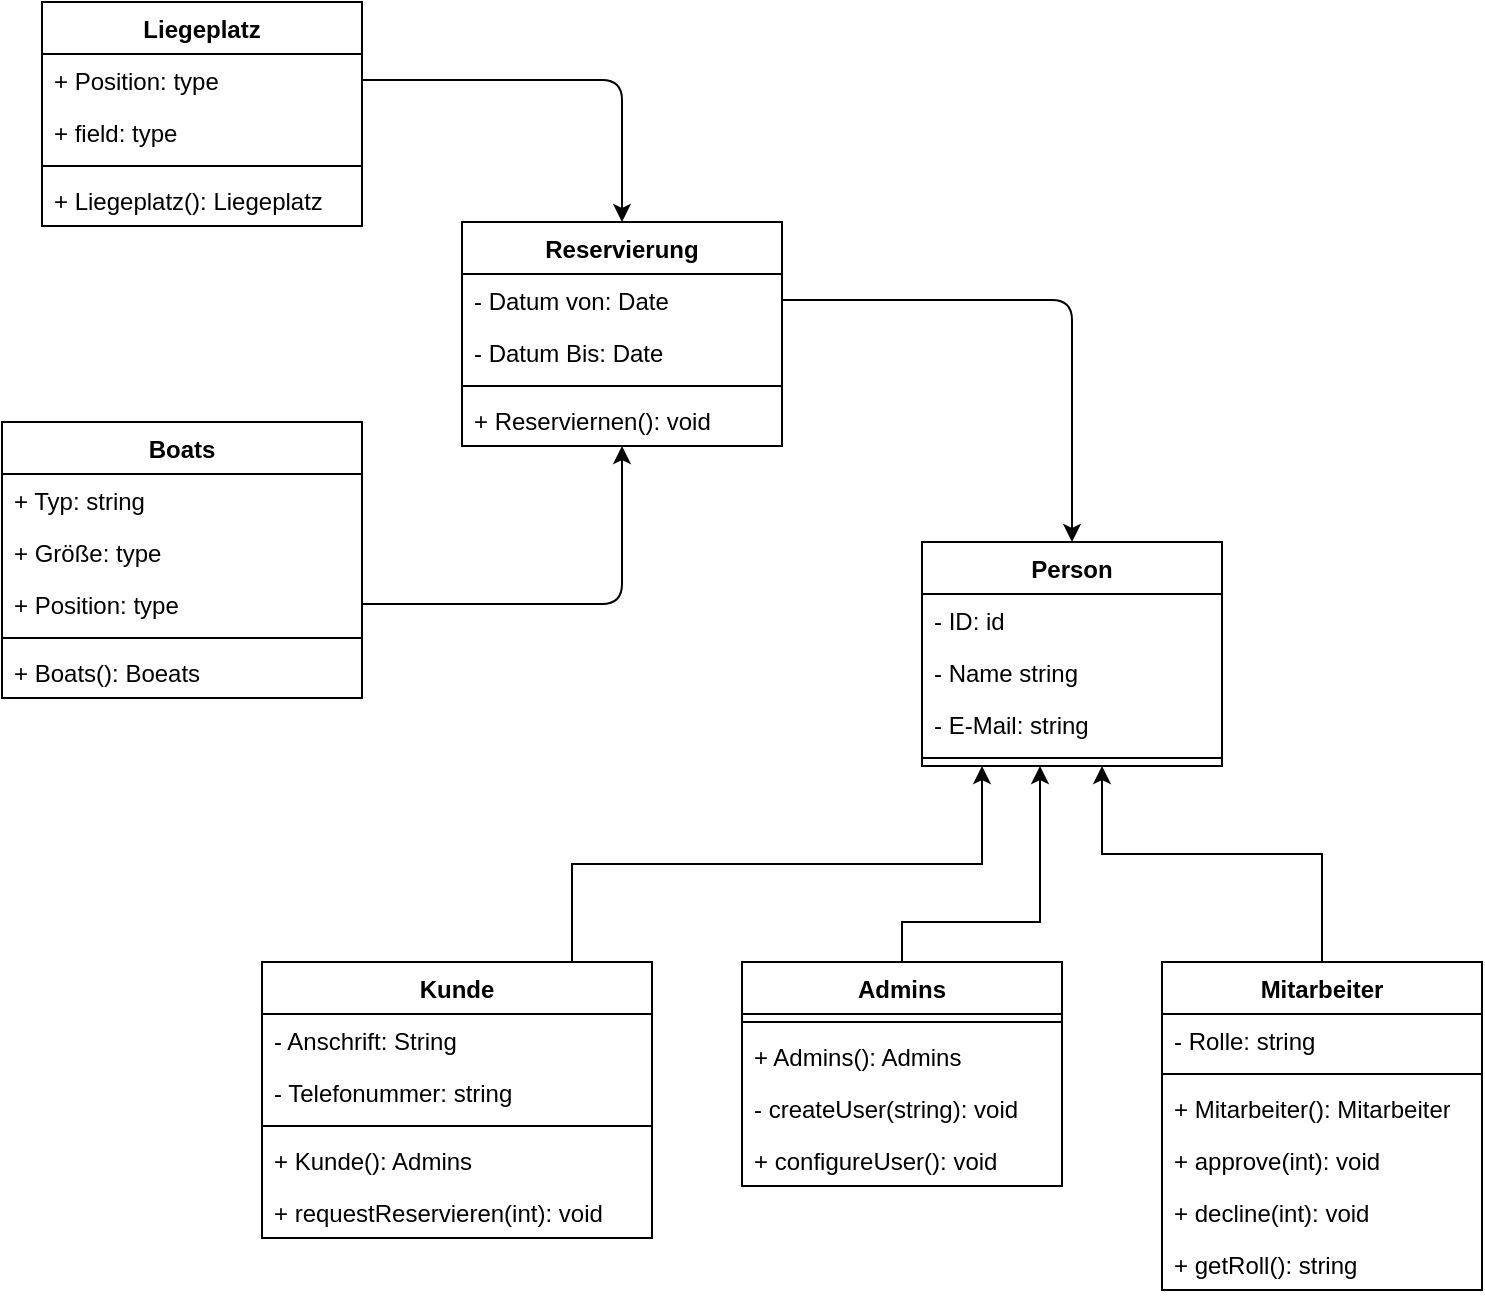
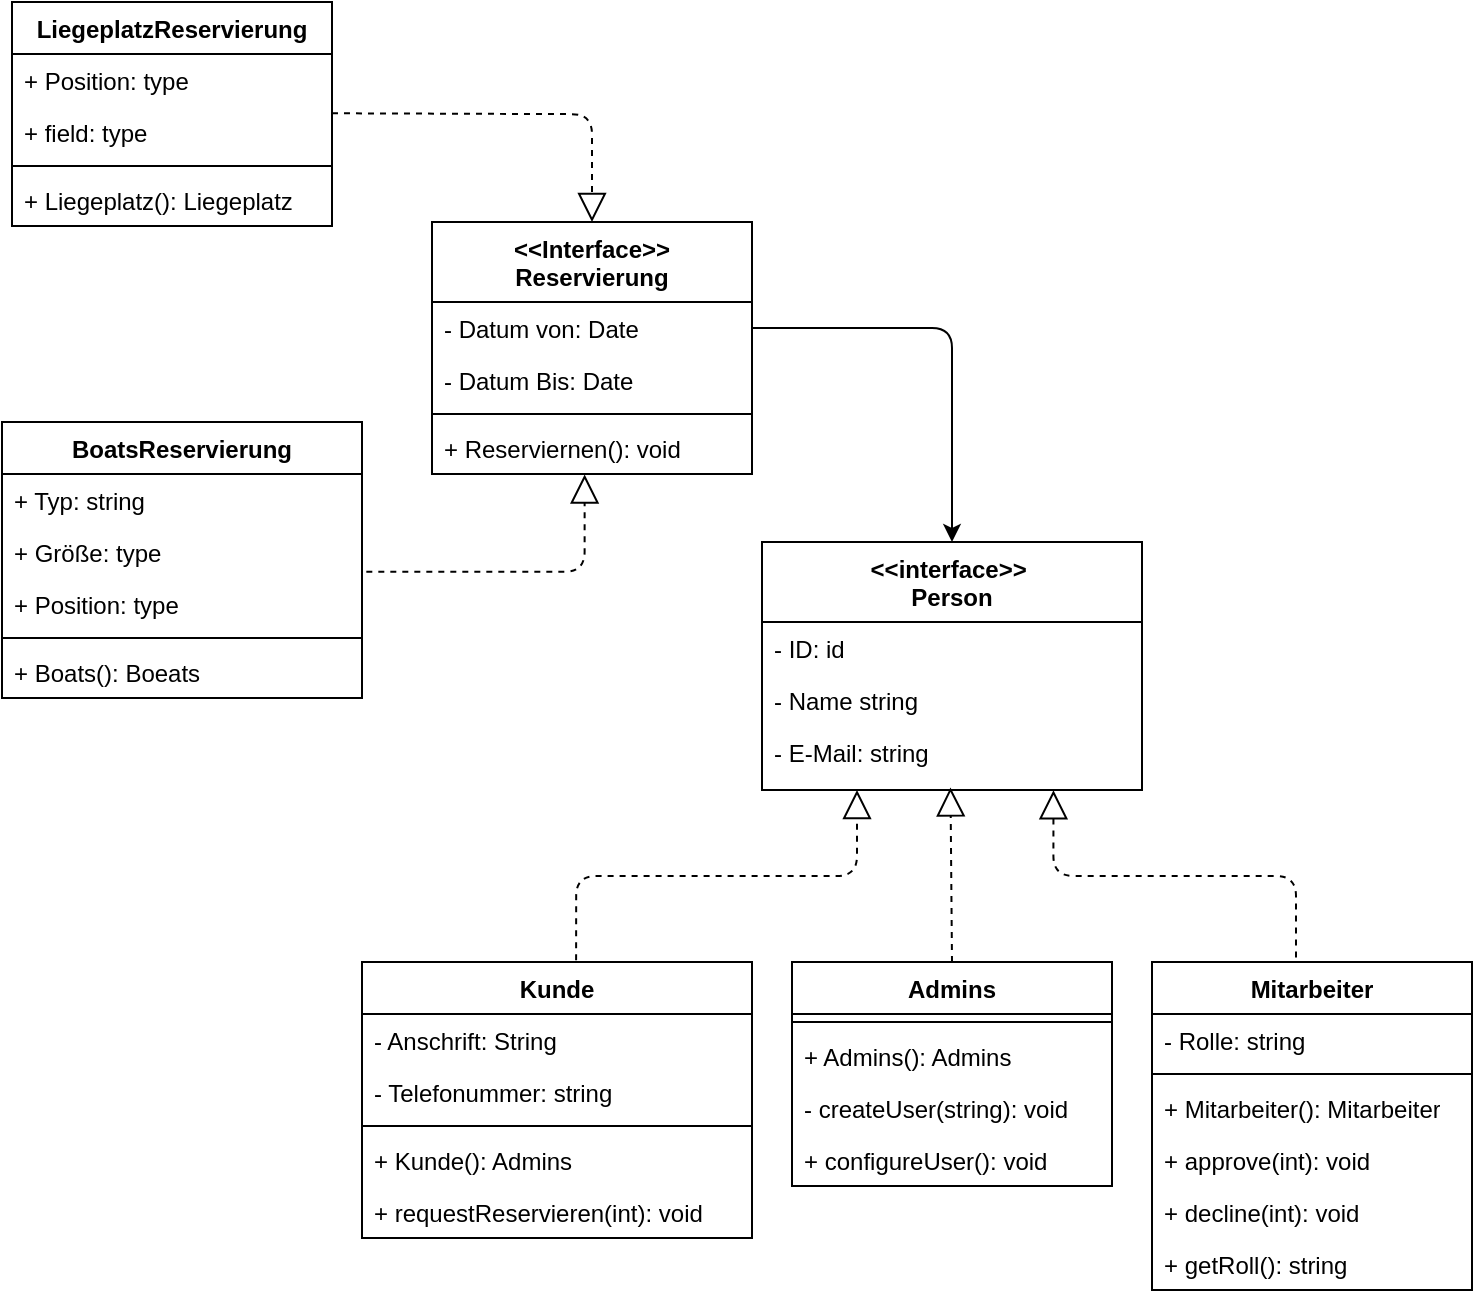
<mxfile host="65bd71144e">
    <diagram name="Page-1" id="9OoCb4LCpa7YlqVUgmHh">
-         <mxGraphModel dx="1040" dy="743" grid="1" gridSize="10" guides="1" tooltips="1" connect="1" arrows="1" fold="1" page="1" pageScale="1" pageWidth="850" pageHeight="1100" math="0" shadow="0">
+         <mxGraphModel dx="936" dy="669" grid="1" gridSize="10" guides="1" tooltips="1" connect="1" arrows="1" fold="1" page="1" pageScale="1" pageWidth="850" pageHeight="1100" math="0" shadow="0">
            <root>
                <mxCell id="0"/>
                <mxCell id="1" parent="0"/>
-                 <mxCell id="7pZR6Eqi53u3HSYLm5XF-1" value="Person" style="swimlane;fontStyle=1;align=center;verticalAlign=top;childLayout=stackLayout;horizontal=1;startSize=26;horizontalStack=0;resizeParent=1;resizeParentMax=0;resizeLast=0;collapsible=1;marginBottom=0;whiteSpace=wrap;html=1;" parent="1" vertex="1">
-                     <mxGeometry x="560" y="340" width="150" height="112" as="geometry"/>
+                 <mxCell id="7pZR6Eqi53u3HSYLm5XF-1" value="&amp;lt;&amp;lt;interface&amp;gt;&amp;gt;&amp;nbsp;&lt;div&gt;Person&lt;/div&gt;" style="swimlane;fontStyle=1;align=center;verticalAlign=top;childLayout=stackLayout;horizontal=1;startSize=40;horizontalStack=0;resizeParent=1;resizeParentMax=0;resizeLast=0;collapsible=1;marginBottom=0;whiteSpace=wrap;html=1;" parent="1" vertex="1">
+                     <mxGeometry x="495" y="340" width="190" height="124" as="geometry">
+                         <mxRectangle x="520" y="330" width="110" height="40" as="alternateBounds"/>
+                     </mxGeometry>
                </mxCell>
                <mxCell id="7pZR6Eqi53u3HSYLm5XF-2" value="- ID: id" style="text;strokeColor=none;fillColor=none;align=left;verticalAlign=top;spacingLeft=4;spacingRight=4;overflow=hidden;rotatable=0;points=[[0,0.5],[1,0.5]];portConstraint=eastwest;whiteSpace=wrap;html=1;" parent="7pZR6Eqi53u3HSYLm5XF-1" vertex="1">
-                     <mxGeometry y="26" width="150" height="26" as="geometry"/>
+                     <mxGeometry y="40" width="190" height="26" as="geometry"/>
                </mxCell>
                <mxCell id="7pZR6Eqi53u3HSYLm5XF-37" value="- Name string" style="text;strokeColor=none;fillColor=none;align=left;verticalAlign=top;spacingLeft=4;spacingRight=4;overflow=hidden;rotatable=0;points=[[0,0.5],[1,0.5]];portConstraint=eastwest;whiteSpace=wrap;html=1;" parent="7pZR6Eqi53u3HSYLm5XF-1" vertex="1">
-                     <mxGeometry y="52" width="150" height="26" as="geometry"/>
+                     <mxGeometry y="66" width="190" height="26" as="geometry"/>
                </mxCell>
                <mxCell id="7pZR6Eqi53u3HSYLm5XF-41" value="- E-Mail: string" style="text;strokeColor=none;fillColor=none;align=left;verticalAlign=top;spacingLeft=4;spacingRight=4;overflow=hidden;rotatable=0;points=[[0,0.5],[1,0.5]];portConstraint=eastwest;whiteSpace=wrap;html=1;" parent="7pZR6Eqi53u3HSYLm5XF-1" vertex="1">
-                     <mxGeometry y="78" width="150" height="26" as="geometry"/>
-                 </mxCell>
-                 <mxCell id="7pZR6Eqi53u3HSYLm5XF-3" value="" style="line;strokeWidth=1;fillColor=none;align=left;verticalAlign=middle;spacingTop=-1;spacingLeft=3;spacingRight=3;rotatable=0;labelPosition=right;points=[];portConstraint=eastwest;strokeColor=inherit;" parent="7pZR6Eqi53u3HSYLm5XF-1" vertex="1">
-                     <mxGeometry y="104" width="150" height="8" as="geometry"/>
+                     <mxGeometry y="92" width="190" height="32" as="geometry"/>
                </mxCell>
                <mxCell id="7pZR6Eqi53u3HSYLm5XF-5" value="Admins" style="swimlane;fontStyle=1;align=center;verticalAlign=top;childLayout=stackLayout;horizontal=1;startSize=26;horizontalStack=0;resizeParent=1;resizeParentMax=0;resizeLast=0;collapsible=1;marginBottom=0;whiteSpace=wrap;html=1;" parent="1" vertex="1">
-                     <mxGeometry x="470" y="550" width="160" height="112" as="geometry"/>
+                     <mxGeometry x="510" y="550" width="160" height="112" as="geometry"/>
                </mxCell>
                <mxCell id="7pZR6Eqi53u3HSYLm5XF-7" value="" style="line;strokeWidth=1;fillColor=none;align=left;verticalAlign=middle;spacingTop=-1;spacingLeft=3;spacingRight=3;rotatable=0;labelPosition=right;points=[];portConstraint=eastwest;strokeColor=inherit;" parent="7pZR6Eqi53u3HSYLm5XF-5" vertex="1">
                    <mxGeometry y="26" width="160" height="8" as="geometry"/>
                </mxCell>
                <mxCell id="7pZR6Eqi53u3HSYLm5XF-45" value="+ Admins(): Admins" style="text;strokeColor=none;fillColor=none;align=left;verticalAlign=top;spacingLeft=4;spacingRight=4;overflow=hidden;rotatable=0;points=[[0,0.5],[1,0.5]];portConstraint=eastwest;whiteSpace=wrap;html=1;" parent="7pZR6Eqi53u3HSYLm5XF-5" vertex="1">
                    <mxGeometry y="34" width="160" height="26" as="geometry"/>
                </mxCell>
                <mxCell id="7pZR6Eqi53u3HSYLm5XF-8" value="- createUser(string): void" style="text;strokeColor=none;fillColor=none;align=left;verticalAlign=top;spacingLeft=4;spacingRight=4;overflow=hidden;rotatable=0;points=[[0,0.5],[1,0.5]];portConstraint=eastwest;whiteSpace=wrap;html=1;" parent="7pZR6Eqi53u3HSYLm5XF-5" vertex="1">
                    <mxGeometry y="60" width="160" height="26" as="geometry"/>
                </mxCell>
                <mxCell id="7pZR6Eqi53u3HSYLm5XF-86" value="+ configureUser(): void" style="text;strokeColor=none;fillColor=none;align=left;verticalAlign=top;spacingLeft=4;spacingRight=4;overflow=hidden;rotatable=0;points=[[0,0.5],[1,0.5]];portConstraint=eastwest;whiteSpace=wrap;html=1;" parent="7pZR6Eqi53u3HSYLm5XF-5" vertex="1">
                    <mxGeometry y="86" width="160" height="26" as="geometry"/>
                </mxCell>
-                 <mxCell id="7pZR6Eqi53u3HSYLm5XF-38" style="edgeStyle=orthogonalEdgeStyle;rounded=0;orthogonalLoop=1;jettySize=auto;html=1;" parent="1" source="7pZR6Eqi53u3HSYLm5XF-9" target="7pZR6Eqi53u3HSYLm5XF-1" edge="1">
-                     <mxGeometry relative="1" as="geometry">
-                         <mxPoint x="660" y="460" as="targetPoint"/>
-                         <Array as="points">
-                             <mxPoint x="760" y="496"/>
-                             <mxPoint x="650" y="496"/>
-                         </Array>
-                     </mxGeometry>
-                 </mxCell>
                <mxCell id="7pZR6Eqi53u3HSYLm5XF-9" value="Mitarbeiter" style="swimlane;fontStyle=1;align=center;verticalAlign=top;childLayout=stackLayout;horizontal=1;startSize=26;horizontalStack=0;resizeParent=1;resizeParentMax=0;resizeLast=0;collapsible=1;marginBottom=0;whiteSpace=wrap;html=1;" parent="1" vertex="1">
-                     <mxGeometry x="680" y="550" width="160" height="164" as="geometry"/>
+                     <mxGeometry x="690" y="550" width="160" height="164" as="geometry"/>
                </mxCell>
                <mxCell id="7pZR6Eqi53u3HSYLm5XF-10" value="- Rolle: string" style="text;strokeColor=none;fillColor=none;align=left;verticalAlign=top;spacingLeft=4;spacingRight=4;overflow=hidden;rotatable=0;points=[[0,0.5],[1,0.5]];portConstraint=eastwest;whiteSpace=wrap;html=1;" parent="7pZR6Eqi53u3HSYLm5XF-9" vertex="1">
                    <mxGeometry y="26" width="160" height="26" as="geometry"/>
                </mxCell>
                <mxCell id="7pZR6Eqi53u3HSYLm5XF-11" value="" style="line;strokeWidth=1;fillColor=none;align=left;verticalAlign=middle;spacingTop=-1;spacingLeft=3;spacingRight=3;rotatable=0;labelPosition=right;points=[];portConstraint=eastwest;strokeColor=inherit;" parent="7pZR6Eqi53u3HSYLm5XF-9" vertex="1">
                    <mxGeometry y="52" width="160" height="8" as="geometry"/>
                </mxCell>
                <mxCell id="7pZR6Eqi53u3HSYLm5XF-44" value="+ Mitarbeiter(): Mitarbeiter" style="text;strokeColor=none;fillColor=none;align=left;verticalAlign=top;spacingLeft=4;spacingRight=4;overflow=hidden;rotatable=0;points=[[0,0.5],[1,0.5]];portConstraint=eastwest;whiteSpace=wrap;html=1;" parent="7pZR6Eqi53u3HSYLm5XF-9" vertex="1">
                    <mxGeometry y="60" width="160" height="26" as="geometry"/>
                </mxCell>
                <mxCell id="7pZR6Eqi53u3HSYLm5XF-12" value="+ approve(int): void" style="text;strokeColor=none;fillColor=none;align=left;verticalAlign=top;spacingLeft=4;spacingRight=4;overflow=hidden;rotatable=0;points=[[0,0.5],[1,0.5]];portConstraint=eastwest;whiteSpace=wrap;html=1;" parent="7pZR6Eqi53u3HSYLm5XF-9" vertex="1">
                    <mxGeometry y="86" width="160" height="26" as="geometry"/>
                </mxCell>
                <mxCell id="7pZR6Eqi53u3HSYLm5XF-43" value="+ decline(int): void" style="text;strokeColor=none;fillColor=none;align=left;verticalAlign=top;spacingLeft=4;spacingRight=4;overflow=hidden;rotatable=0;points=[[0,0.5],[1,0.5]];portConstraint=eastwest;whiteSpace=wrap;html=1;" parent="7pZR6Eqi53u3HSYLm5XF-9" vertex="1">
                    <mxGeometry y="112" width="160" height="26" as="geometry"/>
                </mxCell>
                <mxCell id="7pZR6Eqi53u3HSYLm5XF-88" value="+ getRoll(): string" style="text;strokeColor=none;fillColor=none;align=left;verticalAlign=top;spacingLeft=4;spacingRight=4;overflow=hidden;rotatable=0;points=[[0,0.5],[1,0.5]];portConstraint=eastwest;whiteSpace=wrap;html=1;" parent="7pZR6Eqi53u3HSYLm5XF-9" vertex="1">
                    <mxGeometry y="138" width="160" height="26" as="geometry"/>
                </mxCell>
-                 <mxCell id="7pZR6Eqi53u3HSYLm5XF-13" value="Boats" style="swimlane;fontStyle=1;align=center;verticalAlign=top;childLayout=stackLayout;horizontal=1;startSize=26;horizontalStack=0;resizeParent=1;resizeParentMax=0;resizeLast=0;collapsible=1;marginBottom=0;whiteSpace=wrap;html=1;" parent="1" vertex="1">
-                     <mxGeometry x="100" y="280" width="180" height="138" as="geometry"/>
+                 <mxCell id="7pZR6Eqi53u3HSYLm5XF-13" value="BoatsReservierung" style="swimlane;fontStyle=1;align=center;verticalAlign=top;childLayout=stackLayout;horizontal=1;startSize=26;horizontalStack=0;resizeParent=1;resizeParentMax=0;resizeLast=0;collapsible=1;marginBottom=0;whiteSpace=wrap;html=1;" parent="1" vertex="1">
+                     <mxGeometry x="115" y="280" width="180" height="138" as="geometry"/>
                </mxCell>
                <mxCell id="7pZR6Eqi53u3HSYLm5XF-14" value="+ Typ: string" style="text;strokeColor=none;fillColor=none;align=left;verticalAlign=top;spacingLeft=4;spacingRight=4;overflow=hidden;rotatable=0;points=[[0,0.5],[1,0.5]];portConstraint=eastwest;whiteSpace=wrap;html=1;" parent="7pZR6Eqi53u3HSYLm5XF-13" vertex="1">
                    <mxGeometry y="26" width="180" height="26" as="geometry"/>
                </mxCell>
                <mxCell id="7" value="+ Größe: type" style="text;strokeColor=none;fillColor=none;align=left;verticalAlign=top;spacingLeft=4;spacingRight=4;overflow=hidden;rotatable=0;points=[[0,0.5],[1,0.5]];portConstraint=eastwest;whiteSpace=wrap;html=1;" parent="7pZR6Eqi53u3HSYLm5XF-13" vertex="1">
                    <mxGeometry y="52" width="180" height="26" as="geometry"/>
                </mxCell>
                <mxCell id="8" value="+ Position: type" style="text;strokeColor=none;fillColor=none;align=left;verticalAlign=top;spacingLeft=4;spacingRight=4;overflow=hidden;rotatable=0;points=[[0,0.5],[1,0.5]];portConstraint=eastwest;whiteSpace=wrap;html=1;" parent="7pZR6Eqi53u3HSYLm5XF-13" vertex="1">
                    <mxGeometry y="78" width="180" height="26" as="geometry"/>
                </mxCell>
                <mxCell id="7pZR6Eqi53u3HSYLm5XF-15" value="" style="line;strokeWidth=1;fillColor=none;align=left;verticalAlign=middle;spacingTop=-1;spacingLeft=3;spacingRight=3;rotatable=0;labelPosition=right;points=[];portConstraint=eastwest;strokeColor=inherit;" parent="7pZR6Eqi53u3HSYLm5XF-13" vertex="1">
                    <mxGeometry y="104" width="180" height="8" as="geometry"/>
                </mxCell>
                <mxCell id="13" value="+ Boats(): Boeats" style="text;strokeColor=none;fillColor=none;align=left;verticalAlign=top;spacingLeft=4;spacingRight=4;overflow=hidden;rotatable=0;points=[[0,0.5],[1,0.5]];portConstraint=eastwest;whiteSpace=wrap;html=1;" vertex="1" parent="7pZR6Eqi53u3HSYLm5XF-13">
                    <mxGeometry y="112" width="180" height="26" as="geometry"/>
                </mxCell>
-                 <mxCell id="7pZR6Eqi53u3HSYLm5XF-17" value="Liegeplatz" style="swimlane;fontStyle=1;align=center;verticalAlign=top;childLayout=stackLayout;horizontal=1;startSize=26;horizontalStack=0;resizeParent=1;resizeParentMax=0;resizeLast=0;collapsible=1;marginBottom=0;whiteSpace=wrap;html=1;" parent="1" vertex="1">
+                 <mxCell id="7pZR6Eqi53u3HSYLm5XF-17" value="LiegeplatzReservierung" style="swimlane;fontStyle=1;align=center;verticalAlign=top;childLayout=stackLayout;horizontal=1;startSize=26;horizontalStack=0;resizeParent=1;resizeParentMax=0;resizeLast=0;collapsible=1;marginBottom=0;whiteSpace=wrap;html=1;" parent="1" vertex="1">
                    <mxGeometry x="120" y="70" width="160" height="112" as="geometry"/>
                </mxCell>
                <mxCell id="7pZR6Eqi53u3HSYLm5XF-18" value="+ Position: type" style="text;strokeColor=none;fillColor=none;align=left;verticalAlign=top;spacingLeft=4;spacingRight=4;overflow=hidden;rotatable=0;points=[[0,0.5],[1,0.5]];portConstraint=eastwest;whiteSpace=wrap;html=1;" parent="7pZR6Eqi53u3HSYLm5XF-17" vertex="1">
                    <mxGeometry y="26" width="160" height="26" as="geometry"/>
                </mxCell>
                <mxCell id="2" value="+ field: type" style="text;strokeColor=none;fillColor=none;align=left;verticalAlign=top;spacingLeft=4;spacingRight=4;overflow=hidden;rotatable=0;points=[[0,0.5],[1,0.5]];portConstraint=eastwest;whiteSpace=wrap;html=1;" parent="7pZR6Eqi53u3HSYLm5XF-17" vertex="1">
                    <mxGeometry y="52" width="160" height="26" as="geometry"/>
                </mxCell>
                <mxCell id="7pZR6Eqi53u3HSYLm5XF-19" value="" style="line;strokeWidth=1;fillColor=none;align=left;verticalAlign=middle;spacingTop=-1;spacingLeft=3;spacingRight=3;rotatable=0;labelPosition=right;points=[];portConstraint=eastwest;strokeColor=inherit;" parent="7pZR6Eqi53u3HSYLm5XF-17" vertex="1">
                    <mxGeometry y="78" width="160" height="8" as="geometry"/>
                </mxCell>
                <mxCell id="7pZR6Eqi53u3HSYLm5XF-20" value="+ Liegeplatz(): Liegeplatz" style="text;strokeColor=none;fillColor=none;align=left;verticalAlign=top;spacingLeft=4;spacingRight=4;overflow=hidden;rotatable=0;points=[[0,0.5],[1,0.5]];portConstraint=eastwest;whiteSpace=wrap;html=1;" parent="7pZR6Eqi53u3HSYLm5XF-17" vertex="1">
                    <mxGeometry y="86" width="160" height="26" as="geometry"/>
                </mxCell>
-                 <mxCell id="7pZR6Eqi53u3HSYLm5XF-21" value="Reservierung" style="swimlane;fontStyle=1;align=center;verticalAlign=top;childLayout=stackLayout;horizontal=1;startSize=26;horizontalStack=0;resizeParent=1;resizeParentMax=0;resizeLast=0;collapsible=1;marginBottom=0;whiteSpace=wrap;html=1;" parent="1" vertex="1">
-                     <mxGeometry x="330" y="180" width="160" height="112" as="geometry"/>
+                 <mxCell id="7pZR6Eqi53u3HSYLm5XF-21" value="&amp;lt;&amp;lt;Interface&amp;gt;&amp;gt;&lt;div&gt;Reservierung&lt;/div&gt;" style="swimlane;fontStyle=1;align=center;verticalAlign=top;childLayout=stackLayout;horizontal=1;startSize=40;horizontalStack=0;resizeParent=1;resizeParentMax=0;resizeLast=0;collapsible=1;marginBottom=0;whiteSpace=wrap;html=1;" parent="1" vertex="1">
+                     <mxGeometry x="330" y="180" width="160" height="126" as="geometry"/>
                </mxCell>
                <mxCell id="7pZR6Eqi53u3HSYLm5XF-22" value="- Datum von: Date" style="text;strokeColor=none;fillColor=none;align=left;verticalAlign=top;spacingLeft=4;spacingRight=4;overflow=hidden;rotatable=0;points=[[0,0.5],[1,0.5]];portConstraint=eastwest;whiteSpace=wrap;html=1;" parent="7pZR6Eqi53u3HSYLm5XF-21" vertex="1">
-                     <mxGeometry y="26" width="160" height="26" as="geometry"/>
+                     <mxGeometry y="40" width="160" height="26" as="geometry"/>
                </mxCell>
                <mxCell id="12" value="- Datum Bis: Date" style="text;strokeColor=none;fillColor=none;align=left;verticalAlign=top;spacingLeft=4;spacingRight=4;overflow=hidden;rotatable=0;points=[[0,0.5],[1,0.5]];portConstraint=eastwest;whiteSpace=wrap;html=1;" vertex="1" parent="7pZR6Eqi53u3HSYLm5XF-21">
-                     <mxGeometry y="52" width="160" height="26" as="geometry"/>
+                     <mxGeometry y="66" width="160" height="26" as="geometry"/>
                </mxCell>
                <mxCell id="7pZR6Eqi53u3HSYLm5XF-23" value="" style="line;strokeWidth=1;fillColor=none;align=left;verticalAlign=middle;spacingTop=-1;spacingLeft=3;spacingRight=3;rotatable=0;labelPosition=right;points=[];portConstraint=eastwest;strokeColor=inherit;" parent="7pZR6Eqi53u3HSYLm5XF-21" vertex="1">
-                     <mxGeometry y="78" width="160" height="8" as="geometry"/>
+                     <mxGeometry y="92" width="160" height="8" as="geometry"/>
                </mxCell>
                <mxCell id="14" value="+ Reserviernen(): void" style="text;strokeColor=none;fillColor=none;align=left;verticalAlign=top;spacingLeft=4;spacingRight=4;overflow=hidden;rotatable=0;points=[[0,0.5],[1,0.5]];portConstraint=eastwest;whiteSpace=wrap;html=1;" vertex="1" parent="7pZR6Eqi53u3HSYLm5XF-21">
-                     <mxGeometry y="86" width="160" height="26" as="geometry"/>
-                 </mxCell>
-                 <mxCell id="7pZR6Eqi53u3HSYLm5XF-39" style="edgeStyle=orthogonalEdgeStyle;rounded=0;orthogonalLoop=1;jettySize=auto;html=1;exitX=0.75;exitY=0;exitDx=0;exitDy=0;" parent="1" source="7pZR6Eqi53u3HSYLm5XF-29" target="7pZR6Eqi53u3HSYLm5XF-1" edge="1">
-                     <mxGeometry relative="1" as="geometry">
-                         <Array as="points">
-                             <mxPoint x="385" y="501"/>
-                             <mxPoint x="590" y="501"/>
-                         </Array>
-                     </mxGeometry>
+                     <mxGeometry y="100" width="160" height="26" as="geometry"/>
                </mxCell>
                <mxCell id="7pZR6Eqi53u3HSYLm5XF-29" value="Kunde" style="swimlane;fontStyle=1;align=center;verticalAlign=top;childLayout=stackLayout;horizontal=1;startSize=26;horizontalStack=0;resizeParent=1;resizeParentMax=0;resizeLast=0;collapsible=1;marginBottom=0;whiteSpace=wrap;html=1;" parent="1" vertex="1">
-                     <mxGeometry x="230" y="550" width="195" height="138" as="geometry"/>
+                     <mxGeometry x="295" y="550" width="195" height="138" as="geometry"/>
                </mxCell>
                <mxCell id="7pZR6Eqi53u3HSYLm5XF-30" value="- Anschrift: String" style="text;strokeColor=none;fillColor=none;align=left;verticalAlign=top;spacingLeft=4;spacingRight=4;overflow=hidden;rotatable=0;points=[[0,0.5],[1,0.5]];portConstraint=eastwest;whiteSpace=wrap;html=1;" parent="7pZR6Eqi53u3HSYLm5XF-29" vertex="1">
                    <mxGeometry y="26" width="195" height="26" as="geometry"/>
                </mxCell>
                <mxCell id="7pZR6Eqi53u3HSYLm5XF-40" value="&lt;span style=&quot;background-color: transparent; color: light-dark(rgb(0, 0, 0), rgb(255, 255, 255));&quot;&gt;- Telefonummer: string&lt;/span&gt;" style="text;strokeColor=none;fillColor=none;align=left;verticalAlign=top;spacingLeft=4;spacingRight=4;overflow=hidden;rotatable=0;points=[[0,0.5],[1,0.5]];portConstraint=eastwest;whiteSpace=wrap;html=1;" parent="7pZR6Eqi53u3HSYLm5XF-29" vertex="1">
                    <mxGeometry y="52" width="195" height="26" as="geometry"/>
                </mxCell>
                <mxCell id="7pZR6Eqi53u3HSYLm5XF-31" value="" style="line;strokeWidth=1;fillColor=none;align=left;verticalAlign=middle;spacingTop=-1;spacingLeft=3;spacingRight=3;rotatable=0;labelPosition=right;points=[];portConstraint=eastwest;strokeColor=inherit;" parent="7pZR6Eqi53u3HSYLm5XF-29" vertex="1">
                    <mxGeometry y="78" width="195" height="8" as="geometry"/>
                </mxCell>
                <mxCell id="7pZR6Eqi53u3HSYLm5XF-85" value="+ Kunde(): Admins" style="text;strokeColor=none;fillColor=none;align=left;verticalAlign=top;spacingLeft=4;spacingRight=4;overflow=hidden;rotatable=0;points=[[0,0.5],[1,0.5]];portConstraint=eastwest;whiteSpace=wrap;html=1;" parent="7pZR6Eqi53u3HSYLm5XF-29" vertex="1">
                    <mxGeometry y="86" width="195" height="26" as="geometry"/>
                </mxCell>
                <mxCell id="7pZR6Eqi53u3HSYLm5XF-32" value="+ requestReservieren(int): void" style="text;strokeColor=none;fillColor=none;align=left;verticalAlign=top;spacingLeft=4;spacingRight=4;overflow=hidden;rotatable=0;points=[[0,0.5],[1,0.5]];portConstraint=eastwest;whiteSpace=wrap;html=1;" parent="7pZR6Eqi53u3HSYLm5XF-29" vertex="1">
                    <mxGeometry y="112" width="195" height="26" as="geometry"/>
                </mxCell>
-                 <mxCell id="7pZR6Eqi53u3HSYLm5XF-34" style="edgeStyle=orthogonalEdgeStyle;rounded=0;orthogonalLoop=1;jettySize=auto;html=1;exitX=0.5;exitY=0;exitDx=0;exitDy=0;" parent="1" source="7pZR6Eqi53u3HSYLm5XF-5" target="7pZR6Eqi53u3HSYLm5XF-1" edge="1">
-                     <mxGeometry relative="1" as="geometry">
-                         <mxPoint x="619" y="460" as="targetPoint"/>
-                         <Array as="points">
-                             <mxPoint x="550" y="530"/>
-                             <mxPoint x="619" y="530"/>
-                         </Array>
+                 <mxCell id="11" style="edgeStyle=orthogonalEdgeStyle;html=1;entryX=0.5;entryY=0;entryDx=0;entryDy=0;" parent="1" source="7pZR6Eqi53u3HSYLm5XF-22" target="7pZR6Eqi53u3HSYLm5XF-1" edge="1">
+                     <mxGeometry relative="1" as="geometry"/>
+                 </mxCell>
+                 <mxCell id="22" value="" style="endArrow=block;dashed=1;endFill=0;endSize=12;html=1;exitX=0.549;exitY=-0.006;exitDx=0;exitDy=0;exitPerimeter=0;entryX=0.25;entryY=1;entryDx=0;entryDy=0;edgeStyle=orthogonalEdgeStyle;" edge="1" parent="1" source="7pZR6Eqi53u3HSYLm5XF-29" target="7pZR6Eqi53u3HSYLm5XF-1">
+                     <mxGeometry width="160" relative="1" as="geometry">
+                         <mxPoint x="510" y="480" as="sourcePoint"/>
+                         <mxPoint x="670" y="480" as="targetPoint"/>
                    </mxGeometry>
                </mxCell>
-                 <mxCell id="4" style="edgeStyle=orthogonalEdgeStyle;html=1;entryX=0.5;entryY=0;entryDx=0;entryDy=0;" parent="1" source="7pZR6Eqi53u3HSYLm5XF-18" target="7pZR6Eqi53u3HSYLm5XF-21" edge="1">
-                     <mxGeometry relative="1" as="geometry"/>
-                 </mxCell>
-                 <mxCell id="10" style="edgeStyle=orthogonalEdgeStyle;html=1;entryX=0.5;entryY=1;entryDx=0;entryDy=0;" parent="1" source="8" target="7pZR6Eqi53u3HSYLm5XF-21" edge="1">
-                     <mxGeometry relative="1" as="geometry">
-                         <mxPoint x="330" y="278.9999999999999" as="targetPoint"/>
+                 <mxCell id="23" value="" style="endArrow=block;dashed=1;endFill=0;endSize=12;html=1;exitX=0.5;exitY=0;exitDx=0;exitDy=0;entryX=0.496;entryY=0.96;entryDx=0;entryDy=0;entryPerimeter=0;" edge="1" parent="1" source="7pZR6Eqi53u3HSYLm5XF-5" target="7pZR6Eqi53u3HSYLm5XF-41">
+                     <mxGeometry width="160" relative="1" as="geometry">
+                         <mxPoint x="510" y="480" as="sourcePoint"/>
+                         <mxPoint x="670" y="480" as="targetPoint"/>
                    </mxGeometry>
                </mxCell>
-                 <mxCell id="11" style="edgeStyle=orthogonalEdgeStyle;html=1;entryX=0.5;entryY=0;entryDx=0;entryDy=0;" parent="1" source="7pZR6Eqi53u3HSYLm5XF-22" target="7pZR6Eqi53u3HSYLm5XF-1" edge="1">
-                     <mxGeometry relative="1" as="geometry"/>
+                 <mxCell id="24" value="" style="endArrow=block;dashed=1;endFill=0;endSize=12;html=1;exitX=0.45;exitY=-0.014;exitDx=0;exitDy=0;exitPerimeter=0;entryX=0.767;entryY=1.004;entryDx=0;entryDy=0;entryPerimeter=0;edgeStyle=orthogonalEdgeStyle;" edge="1" parent="1" source="7pZR6Eqi53u3HSYLm5XF-9" target="7pZR6Eqi53u3HSYLm5XF-41">
+                     <mxGeometry width="160" relative="1" as="geometry">
+                         <mxPoint x="710" y="380" as="sourcePoint"/>
+                         <mxPoint x="870" y="380" as="targetPoint"/>
+                     </mxGeometry>
+                 </mxCell>
+                 <mxCell id="25" value="" style="endArrow=block;dashed=1;endFill=0;endSize=12;html=1;exitX=1.012;exitY=0.879;exitDx=0;exitDy=0;exitPerimeter=0;edgeStyle=orthogonalEdgeStyle;entryX=0.477;entryY=1.011;entryDx=0;entryDy=0;entryPerimeter=0;" edge="1" parent="1" source="7" target="14">
+                     <mxGeometry width="160" relative="1" as="geometry">
+                         <mxPoint x="280" y="290" as="sourcePoint"/>
+                         <mxPoint x="400" y="370" as="targetPoint"/>
+                     </mxGeometry>
+                 </mxCell>
+                 <mxCell id="26" value="" style="endArrow=block;dashed=1;endFill=0;endSize=12;html=1;entryX=0.5;entryY=0;entryDx=0;entryDy=0;edgeStyle=orthogonalEdgeStyle;" edge="1" parent="1" target="7pZR6Eqi53u3HSYLm5XF-21">
+                     <mxGeometry width="160" relative="1" as="geometry">
+                         <mxPoint x="280" y="125.63999999999999" as="sourcePoint"/>
+                         <mxPoint x="440" y="125.63999999999999" as="targetPoint"/>
+                     </mxGeometry>
                </mxCell>
            </root>
        </mxGraphModel>
    </diagram>
</mxfile>